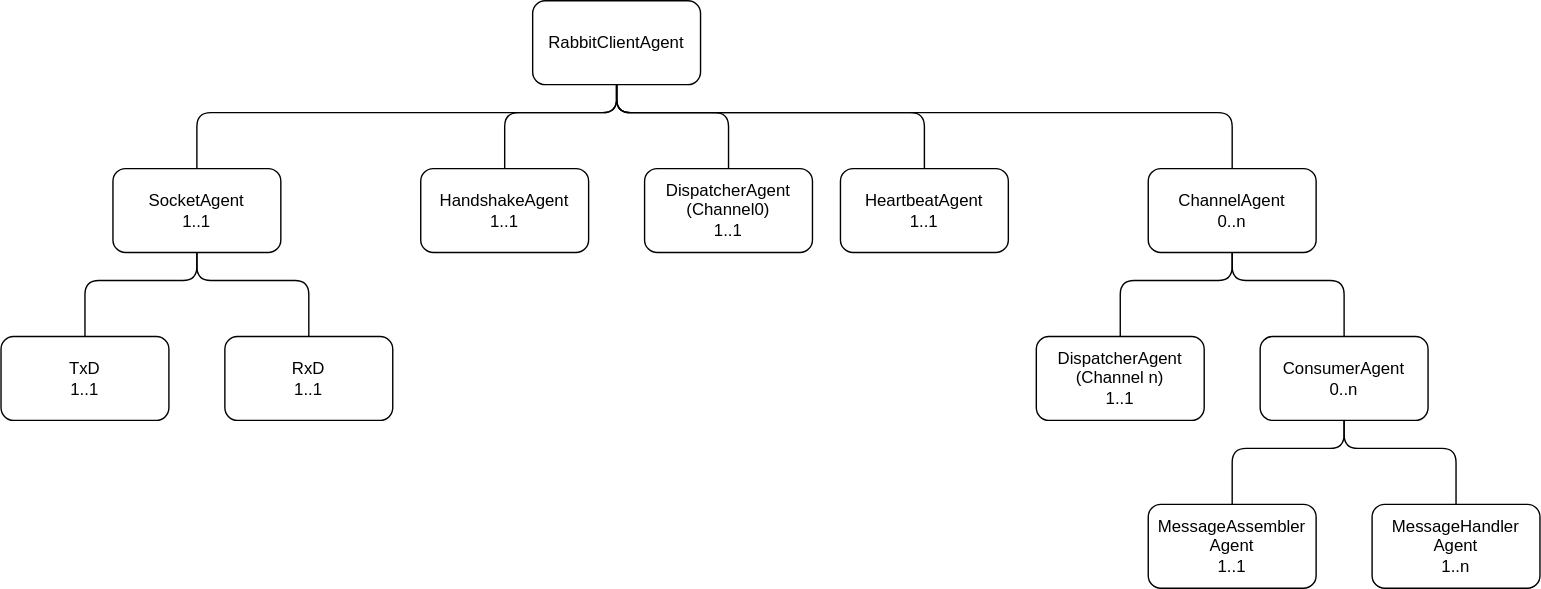
The draw.io diagram Lapine.Core/Agents/AgentHierarchy.drawio.svg in Matthew-Davey/Lapine, before a commit. Source tidied: cells renumbered, new cells last; positions are measured from the earlier drawing's top-left corner, leaving out a move shared by most shapes.
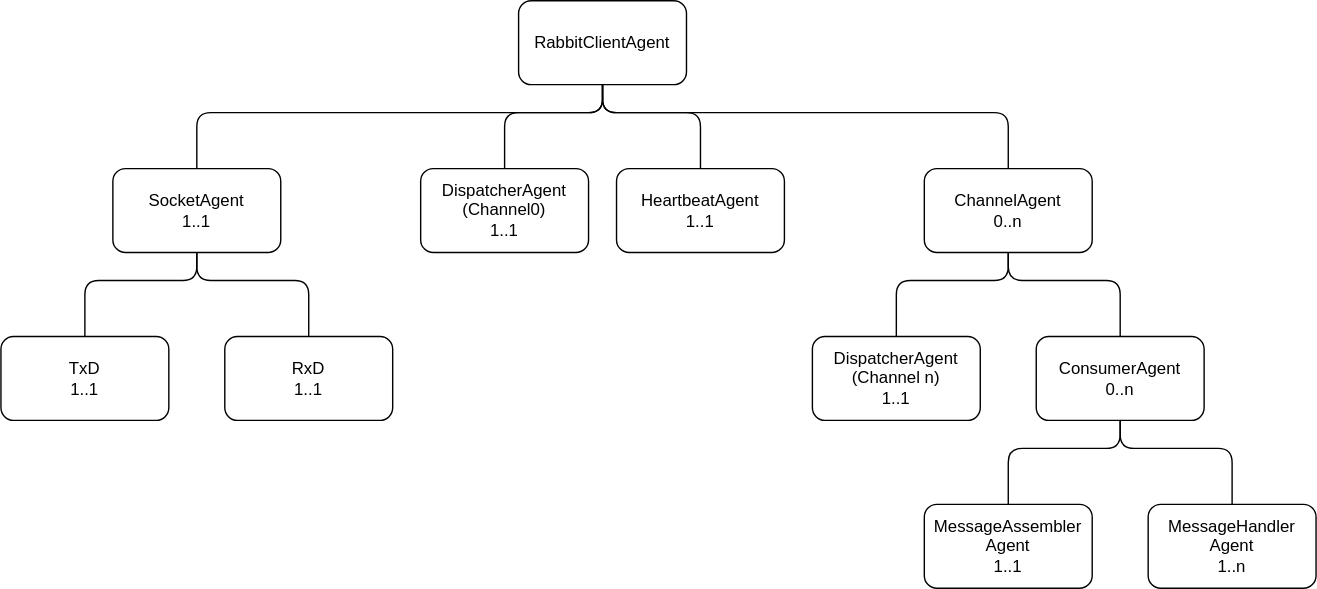
Later version of the same file.

The edit, as a diff of the source:
```diff
@@ -3,19 +3,16 @@
     <mxCell id="0" />
     <mxCell id="1" parent="0" />
     <mxCell id="2" value="RabbitClientAgent" style="rounded=1;whiteSpace=wrap;html=1;" parent="1" vertex="1">
-      <mxGeometry x="380" width="120" height="60" as="geometry" />
+      <mxGeometry x="530" width="120" height="60" as="geometry" />
     </mxCell>
-    <mxCell id="3" value="HandshakeAgent&lt;br&gt;1..1" style="rounded=1;whiteSpace=wrap;html=1;" parent="1" vertex="1">
-      <mxGeometry x="300" y="120" width="120" height="60" as="geometry" />
-    </mxCell>
     <mxCell id="4" value="SocketAgent&lt;br&gt;1..1" style="rounded=1;whiteSpace=wrap;html=1;" parent="1" vertex="1">
-      <mxGeometry x="80" y="120" width="120" height="60" as="geometry" />
+      <mxGeometry x="240" y="120" width="120" height="60" as="geometry" />
     </mxCell>
     <mxCell id="5" value="TxD&lt;br&gt;1..1" style="rounded=1;whiteSpace=wrap;html=1;" parent="1" vertex="1">
-      <mxGeometry y="240" width="120" height="60" as="geometry" />
+      <mxGeometry x="160" y="240" width="120" height="60" as="geometry" />
     </mxCell>
     <mxCell id="6" value="RxD&lt;br&gt;1..1" style="rounded=1;whiteSpace=wrap;html=1;" parent="1" vertex="1">
-      <mxGeometry x="160" y="240" width="120" height="60" as="geometry" />
+      <mxGeometry x="320" y="240" width="120" height="60" as="geometry" />
     </mxCell>
     <mxCell id="7" value="DispatcherAgent&lt;br&gt;(Channel0)&lt;br&gt;1..1" style="rounded=1;whiteSpace=wrap;html=1;" parent="1" vertex="1">
       <mxGeometry x="460" y="120" width="120" height="60" as="geometry" />
@@ -32,23 +29,15 @@
     <mxCell id="11" style="endArrow=none;html=1;exitX=0.5;exitY=0;exitDx=0;exitDy=0;entryX=0.5;entryY=1;entryDx=0;entryDy=0;" parent="1" edge="1" source="4" target="2">
       <mxGeometry relative="1" as="geometry">
         <Array as="points">
-          <mxPoint x="140" y="80" />
-          <mxPoint x="440" y="80" />
+          <mxPoint x="300" y="80" />
+          <mxPoint x="590" y="80" />
         </Array>
       </mxGeometry>
     </mxCell>
-    <mxCell id="12" style="endArrow=none;html=1;exitX=0.5;exitY=0;exitDx=0;exitDy=0;entryX=0.5;entryY=1;entryDx=0;entryDy=0;" parent="1" edge="1" source="3" target="2">
-      <mxGeometry relative="1" as="geometry">
-        <Array as="points">
-          <mxPoint x="360" y="80" />
-          <mxPoint x="440" y="80" />
-        </Array>
-      </mxGeometry>
-    </mxCell>
     <mxCell id="13" style="endArrow=none;html=1;entryX=0.5;entryY=0;entryDx=0;entryDy=0;exitX=0.5;exitY=1;exitDx=0;exitDy=0;" parent="1" edge="1" source="2" target="7">
       <mxGeometry relative="1" as="geometry">
         <Array as="points">
-          <mxPoint x="440" y="80" />
+          <mxPoint x="590" y="80" />
           <mxPoint x="520" y="80" />
         </Array>
       </mxGeometry>
@@ -56,16 +45,16 @@
     <mxCell id="14" style="endArrow=none;html=1;entryX=0.5;entryY=1;entryDx=0;entryDy=0;exitX=0.5;exitY=0;exitDx=0;exitDy=0;" parent="1" edge="1" source="5" target="4">
       <mxGeometry relative="1" as="geometry">
         <Array as="points">
-          <mxPoint x="60" y="200" />
-          <mxPoint x="140" y="200" />
+          <mxPoint x="220" y="200" />
+          <mxPoint x="300" y="200" />
         </Array>
       </mxGeometry>
     </mxCell>
     <mxCell id="15" style="endArrow=none;html=1;entryX=0.5;entryY=1;entryDx=0;entryDy=0;exitX=0.5;exitY=0;exitDx=0;exitDy=0;" parent="1" edge="1" source="6" target="4">
       <mxGeometry relative="1" as="geometry">
         <Array as="points">
-          <mxPoint x="220" y="200" />
-          <mxPoint x="140" y="200" />
+          <mxPoint x="380" y="200" />
+          <mxPoint x="300" y="200" />
         </Array>
       </mxGeometry>
     </mxCell>
@@ -73,7 +62,7 @@
       <mxGeometry relative="1" as="geometry">
         <Array as="points">
           <mxPoint x="660" y="80" />
-          <mxPoint x="440" y="80" />
+          <mxPoint x="590" y="80" />
         </Array>
       </mxGeometry>
     </mxCell>
@@ -81,7 +70,7 @@
       <mxGeometry relative="1" as="geometry">
         <Array as="points">
           <mxPoint x="880" y="80" />
-          <mxPoint x="440" y="80" />
+          <mxPoint x="590" y="80" />
         </Array>
       </mxGeometry>
     </mxCell>
```
